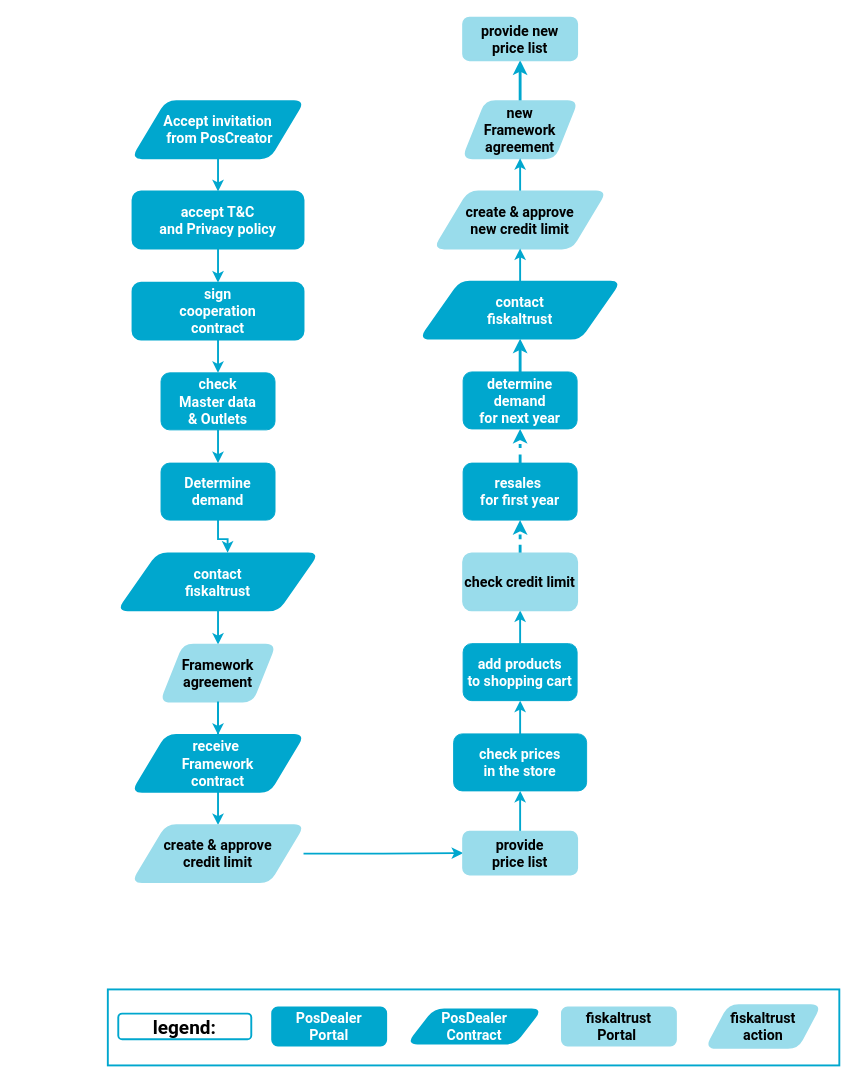
fiskaltrust/rollout-doc keeps this draw.io diagram as buy-resell/images/sources/buy_resell-details.drawio. Above is the earlier version. Source tidied: cells renumbered, new cells numbered last; positions are measured from the earlier drawing's top-left corner, leaving out a move shared by most shapes. Both pictures are drawn from the tidied source at 95%, with x=0, y=0 at pixel (107, 17).
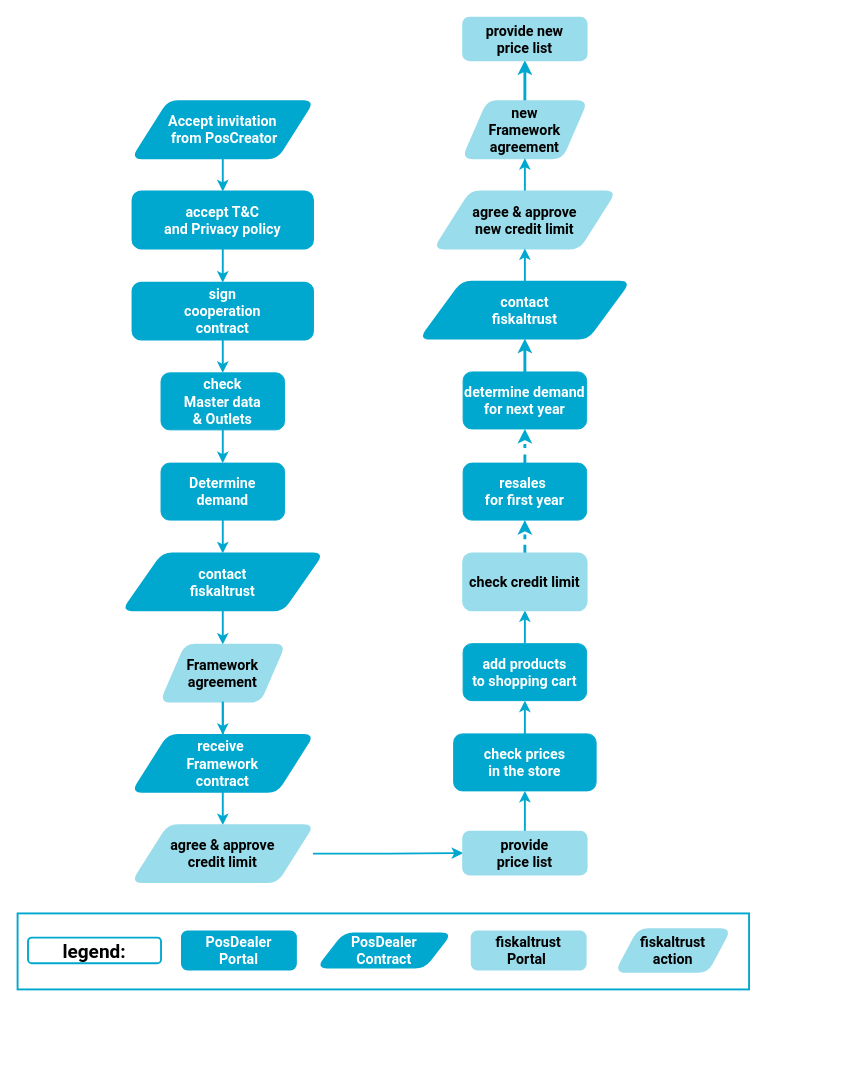
After the change.

What changed in the source:
```diff
@@
     <mxCell id="3" value="Accept invitation&lt;br&gt;&amp;nbsp;from PosCreator" style="shape=parallelogram;whiteSpace=wrap;html=1;rounded=1;fontFamily=Roboto;fontSize=15;fontColor=#FFFFFF;strokeColor=#00A7CE;fillColor=#00A7CE;strokeWidth=2;fontStyle=1whiteSpace=wrap;html=1;rounded=1;fontFamily=Roboto;fontSize=15;fontColor=#FFFFFF;fontStyle=1;strokeColor=#00A7CE;fillColor=#00A7CE;" parent="1" vertex="1">
-      <mxGeometry x="26" y="88" width="180" height="60" as="geometry" />
+      <mxGeometry x="26" y="88" width="190" height="60" as="geometry" />
     </mxCell>
@@
     <mxCell id="5" value="accept T&amp;amp;C&lt;br&gt;and Privacy policy&lt;br&gt;" style="whiteSpace=wrap;html=1;rounded=1;fontFamily=Roboto;fontSize=15;fontColor=#FFFFFF;strokeColor=#00A7CE;fillColor=#00A7CE;strokeWidth=2;fontStyle=1;" parent="1" vertex="1">
-      <mxGeometry x="26" y="183" width="180" height="60" as="geometry" />
+      <mxGeometry x="26" y="183" width="190" height="60" as="geometry" />
     </mxCell>
@@
     <mxCell id="8" value="&lt;span&gt;sign&lt;br&gt;cooperation &lt;br&gt;contract&lt;/span&gt;" style="whiteSpace=wrap;html=1;rounded=1;fontFamily=Roboto;fontSize=15;fontColor=#FFFFFF;strokeColor=#00A7CE;fillColor=#00A7CE;strokeWidth=2;fontStyle=1;" parent="1" vertex="1">
-      <mxGeometry x="26" y="279" width="180" height="60" as="geometry" />
+      <mxGeometry x="26" y="279" width="190" height="60" as="geometry" />
     </mxCell>
@@
     <mxCell id="10" value="check prices&lt;br&gt;in the store" style="whiteSpace=wrap;html=1;rounded=1;fontFamily=Roboto;fontSize=15;fontColor=#FFFFFF;fontStyle=1;strokeColor=#00A7CE;fillColor=#00A7CE;" parent="1" vertex="1">
-      <mxGeometry x="364" y="754" width="140" height="60" as="geometry" />
+      <mxGeometry x="364" y="754" width="150" height="60" as="geometry" />
     </mxCell>
-    <mxCell id="11" style="edgeStyle=orthogonalEdgeStyle;rounded=0;jettySize=auto;html=1;strokeColor=#00A7CE;strokeWidth=2;" parent="1" edge="1" source="12" target="15">
+    <mxCell id="11" style="edgeStyle=orthogonalEdgeStyle;rounded=0;jettySize=auto;html=1;strokeColor=#00A7CE;strokeWidth=2;exitX=0.5;exitY=1;exitDx=0;exitDy=0;" parent="1" edge="1" source="12" target="15">
       <mxGeometry relative="1" as="geometry" />
     </mxCell>
     <mxCell id="12" value="contact&lt;br&gt;fiskaltrust" style="shape=parallelogram;whiteSpace=wrap;html=1;rounded=1;fontFamily=Roboto;fontSize=15;fontColor=#FFFFFF;strokeColor=#00A7CE;fillColor=#00A7CE;strokeWidth=2;fontStyle=1;" parent="1" vertex="1">
-      <mxGeometry x="11" y="564" width="210" height="60" as="geometry" />
+      <mxGeometry x="16" y="564" width="210" height="60" as="geometry" />
     </mxCell>
@@
     <mxCell id="15" value="Framework agreement" style="shape=parallelogram;whiteSpace=wrap;html=1;rounded=1;fontFamily=Roboto;fontSize=15;fontColor=#000000;strokeColor=#99DCEB;fillColor=#99DCEB;strokeWidth=2;fontStyle=1;" parent="1" vertex="1">
-      <mxGeometry x="56" y="660" width="120" height="60" as="geometry" />
+      <mxGeometry x="56" y="660" width="130" height="60" as="geometry" />
     </mxCell>
@@
     <mxCell id="17" value="check &lt;br&gt;Master data &lt;br&gt;&amp;amp; Outlets" style="whiteSpace=wrap;html=1;fontSize=15;fontFamily=Roboto;fillColor=#00A7CE;strokeColor=#00A7CE;fontColor=#FFFFFF;rounded=1;fontStyle=1;" parent="1" vertex="1">
-      <mxGeometry x="56" y="374" width="120" height="60" as="geometry" />
+      <mxGeometry x="56" y="374" width="130" height="60" as="geometry" />
     </mxCell>
-    <mxCell id="18" style="edgeStyle=orthogonalEdgeStyle;rounded=0;jettySize=auto;html=1;strokeColor=#00A7CE;entryX=0.548;entryY=-0.013;entryDx=0;entryDy=0;entryPerimeter=0;strokeWidth=2;" parent="1" edge="1" source="19" target="12">
+    <mxCell id="18" style="edgeStyle=orthogonalEdgeStyle;rounded=0;jettySize=auto;html=1;strokeColor=#00A7CE;entryX=0.5;entryY=0;entryDx=0;entryDy=0;strokeWidth=2;" parent="1" edge="1" source="19" target="12">
       <mxGeometry relative="1" as="geometry" />
     </mxCell>
     <mxCell id="19" value="Determine demand" style="whiteSpace=wrap;html=1;fontSize=15;fontFamily=Roboto;fillColor=#00A7CE;strokeColor=#00A7CE;fontColor=#FFFFFF;rounded=1;fontStyle=1;" parent="1" vertex="1">
-      <mxGeometry x="56" y="469" width="120" height="60" as="geometry" />
+      <mxGeometry x="56" y="469" width="130" height="60" as="geometry" />
     </mxCell>
@@
-    <mxCell id="21" value="create &amp;amp; approve&lt;br&gt;credit limit" style="shape=parallelogram;whiteSpace=wrap;html=1;rounded=1;fontFamily=Roboto;fontSize=15;fontColor=#000000;strokeColor=#99DCEB;fillColor=#99DCEB;strokeWidth=2;fontStyle=1;" parent="1" vertex="1">
-      <mxGeometry x="26" y="850" width="180" height="60" as="geometry" />
+    <mxCell id="21" value="agree &amp;amp; approve&lt;br&gt;credit limit" style="shape=parallelogram;whiteSpace=wrap;html=1;rounded=1;fontFamily=Roboto;fontSize=15;fontColor=#000000;strokeColor=#99DCEB;fillColor=#99DCEB;strokeWidth=2;fontStyle=1;" parent="1" vertex="1">
+      <mxGeometry x="26" y="850" width="190" height="60" as="geometry" />
     </mxCell>
     <mxCell id="22" value="provide&lt;br&gt;price list" style="whiteSpace=wrap;html=1;rounded=1;fontFamily=Roboto;fontSize=15;fontColor=#000000;strokeColor=#99DCEB;fillColor=#99DCEB;strokeWidth=2;fontStyle=1;" parent="1" vertex="1">
-      <mxGeometry x="374" y="857" width="120" height="45" as="geometry" />
+      <mxGeometry x="374" y="857" width="130" height="45" as="geometry" />
     </mxCell>
     <mxCell id="23" value="receive&amp;nbsp;&lt;br&gt;Framework &lt;br&gt;contract" style="shape=parallelogram;whiteSpace=wrap;html=1;rounded=1;fontFamily=Roboto;fontSize=15;fontColor=#FFFFFF;strokeColor=#00A7CE;fillColor=#00A7CE;strokeWidth=2;fontStyle=1;" parent="1" vertex="1">
-      <mxGeometry x="26" y="755" width="180" height="60" as="geometry" />
+      <mxGeometry x="26" y="755" width="190" height="60" as="geometry" />
     </mxCell>
@@
     <mxCell id="26" value="add products&lt;br&gt;to shopping cart" style="whiteSpace=wrap;html=1;fontSize=15;fontFamily=Roboto;fillColor=#00A7CE;strokeColor=#00A7CE;fontColor=#FFFFFF;rounded=1;fontStyle=1;" parent="1" vertex="1">
-      <mxGeometry x="374" y="659" width="120" height="60" as="geometry" />
+      <mxGeometry x="374" y="659" width="130" height="60" as="geometry" />
     </mxCell>
@@
     <mxCell id="28" value="check credit limit" style="whiteSpace=wrap;html=1;rounded=1;fontFamily=Roboto;fontSize=15;fontColor=#000000;strokeColor=#99DCEB;fillColor=#99DCEB;strokeWidth=2;fontStyle=1;" parent="1" vertex="1">
-      <mxGeometry x="374" y="564" width="120" height="60" as="geometry" />
+      <mxGeometry x="374" y="564" width="130" height="60" as="geometry" />
     </mxCell>
     <mxCell id="29" style="group;" parent="1" vertex="1">
-      <mxGeometry y="1023" width="770" height="80" as="geometry" />
+      <mxGeometry x="-95" y="943" width="770" height="80" as="geometry" />
     </mxCell>
@@
     <mxCell id="37" value="resales&amp;nbsp;&lt;br&gt;for first year" style="whiteSpace=wrap;html=1;fontSize=15;fontFamily=Roboto;fillColor=#00A7CE;strokeColor=#00A7CE;fontColor=#FFFFFF;rounded=1;fontStyle=1;" parent="1" vertex="1">
-      <mxGeometry x="374" y="469" width="120" height="60" as="geometry" />
+      <mxGeometry x="374" y="469" width="130" height="60" as="geometry" />
     </mxCell>
@@
     <mxCell id="39" value="determine demand&lt;br&gt;for next year" style="whiteSpace=wrap;html=1;fontSize=15;fontFamily=Roboto;fillColor=#00A7CE;strokeColor=#00A7CE;fontColor=#FFFFFF;rounded=1;fontStyle=1;" parent="1" vertex="1">
-      <mxGeometry x="374" y="373" width="120" height="60" as="geometry" />
+      <mxGeometry x="374" y="373" width="130" height="60" as="geometry" />
     </mxCell>
@@
     <mxCell id="41" value="new&lt;br&gt;Framework agreement" style="shape=parallelogram;whiteSpace=wrap;html=1;rounded=1;fontFamily=Roboto;fontSize=15;fontColor=#000000;strokeColor=#99DCEB;fillColor=#99DCEB;strokeWidth=2;fontStyle=1;" parent="1" vertex="1">
-      <mxGeometry x="374" y="88" width="120" height="60" as="geometry" />
+      <mxGeometry x="374" y="88" width="130" height="60" as="geometry" />
     </mxCell>
@@
-    <mxCell id="43" value="create &amp;amp; approve&lt;br&gt;new credit limit" style="shape=parallelogram;whiteSpace=wrap;html=1;rounded=1;fontFamily=Roboto;fontSize=15;fontColor=#000000;strokeColor=#99DCEB;fillColor=#99DCEB;strokeWidth=2;fontStyle=1;" parent="1" vertex="1">
-      <mxGeometry x="344" y="183" width="180" height="60" as="geometry" />
+    <mxCell id="43" value="agree &amp;amp; approve&lt;br&gt;new credit limit" style="shape=parallelogram;whiteSpace=wrap;html=1;rounded=1;fontFamily=Roboto;fontSize=15;fontColor=#000000;strokeColor=#99DCEB;fillColor=#99DCEB;strokeWidth=2;fontStyle=1;" parent="1" vertex="1">
+      <mxGeometry x="344" y="183" width="190" height="60" as="geometry" />
     </mxCell>
     <mxCell id="44" value="provide new&lt;br&gt;price list" style="whiteSpace=wrap;html=1;rounded=1;fontFamily=Roboto;fontSize=15;fontColor=#000000;strokeColor=#99DCEB;fillColor=#99DCEB;strokeWidth=2;fontStyle=1;" parent="1" vertex="1">
-      <mxGeometry x="374" width="120" height="45" as="geometry" />
+      <mxGeometry x="374" width="130" height="45" as="geometry" />
     </mxCell>
@@
     <mxCell id="46" value="contact&lt;br&gt;fiskaltrust" style="shape=parallelogram;whiteSpace=wrap;html=1;rounded=1;fontFamily=Roboto;fontSize=15;fontColor=#FFFFFF;strokeColor=#00A7CE;fillColor=#00A7CE;strokeWidth=2;fontStyle=1;" parent="1" vertex="1">
-      <mxGeometry x="329" y="278" width="210" height="60" as="geometry" />
+      <mxGeometry x="329" y="278" width="220" height="60" as="geometry" />
     </mxCell>
```
